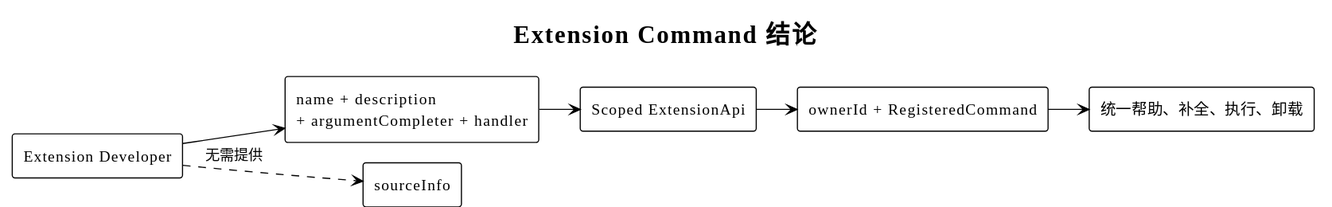
Before: diagrams/extension-command/20-conclusion.svg, a diagram exported from PlantUML (superheromeZzh/pi-mono-java-design). Source of this version:
```plantuml
@startuml
!theme plain
!pragma layout smetana
skinparam defaultFontName "PingFang SC"
skinparam shadowing false
skinparam backgroundColor transparent
title Extension Command 结论

left to right direction
rectangle "Extension Developer" as developer
rectangle "name + description\n+ argumentCompleter + handler" as publicApi
rectangle "Scoped ExtensionApi" as scopedApi
rectangle "ownerId + RegisteredCommand" as internal
rectangle "统一帮助、补全、执行、卸载" as runtime
rectangle sourceInfo as source

developer --> publicApi
publicApi --> scopedApi
scopedApi --> internal
internal --> runtime
developer ..> source : 无需提供
@enduml
```
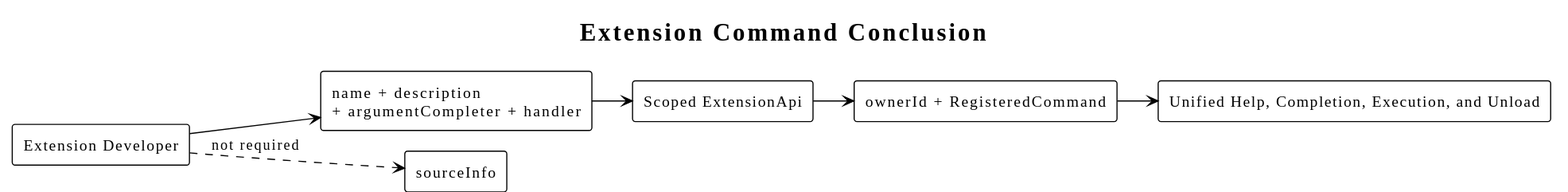
The same file after the commit.

The edit, as a diff of the source:
```diff
@@ -1,22 +1,22 @@
 @startuml
 !theme plain
 !pragma layout smetana
-skinparam defaultFontName "PingFang SC"
+skinparam defaultFontName "SansSerif"
 skinparam shadowing false
 skinparam backgroundColor transparent
-title Extension Command 结论
+title Extension Command Conclusion
 
 left to right direction
 rectangle "Extension Developer" as developer
 rectangle "name + description\n+ argumentCompleter + handler" as publicApi
 rectangle "Scoped ExtensionApi" as scopedApi
 rectangle "ownerId + RegisteredCommand" as internal
-rectangle "统一帮助、补全、执行、卸载" as runtime
+rectangle "Unified Help, Completion, Execution, and Unload" as runtime
 rectangle sourceInfo as source
 
 developer --> publicApi
 publicApi --> scopedApi
 scopedApi --> internal
 internal --> runtime
-developer ..> source : 无需提供
+developer ..> source : not required
 @enduml
```
